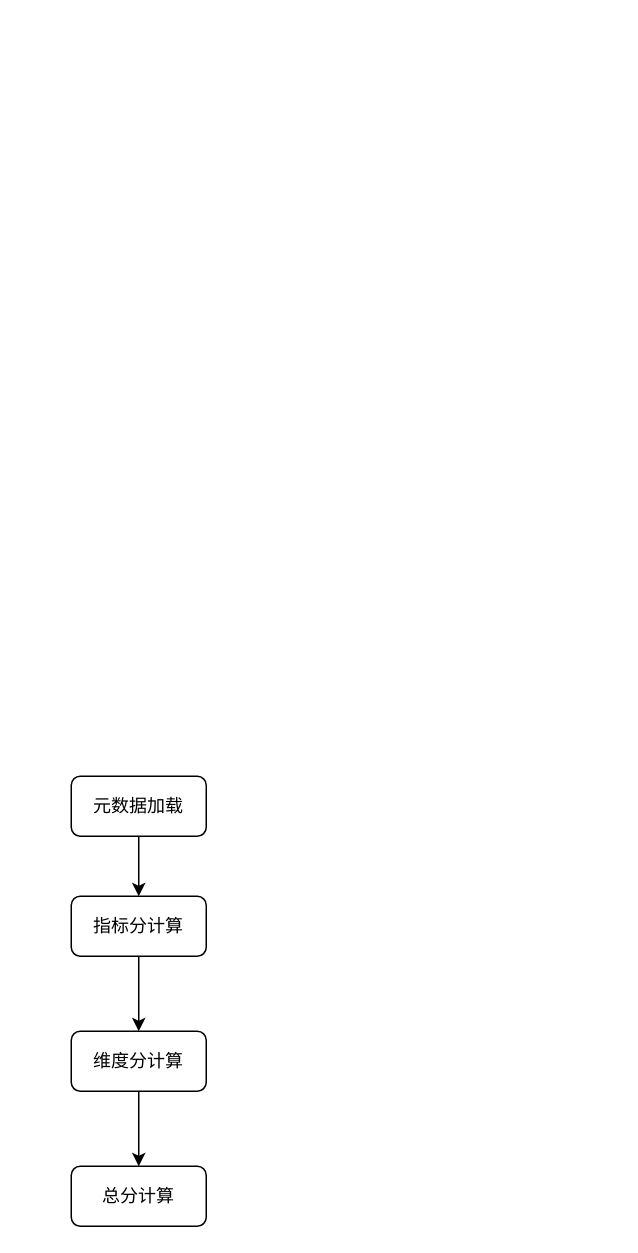
XiaoLiuAI/diagrams keeps this draw.io diagram as 友邦/总分计算.drawio. Above is the earlier version. Source tidied: cells renumbered, new cells numbered last; positions are measured from the earlier drawing's top-left corner, leaving out a move shared by most shapes. Both pictures are drawn from the tidied source at 150%, with x=0, y=0 at pixel (70, 776).
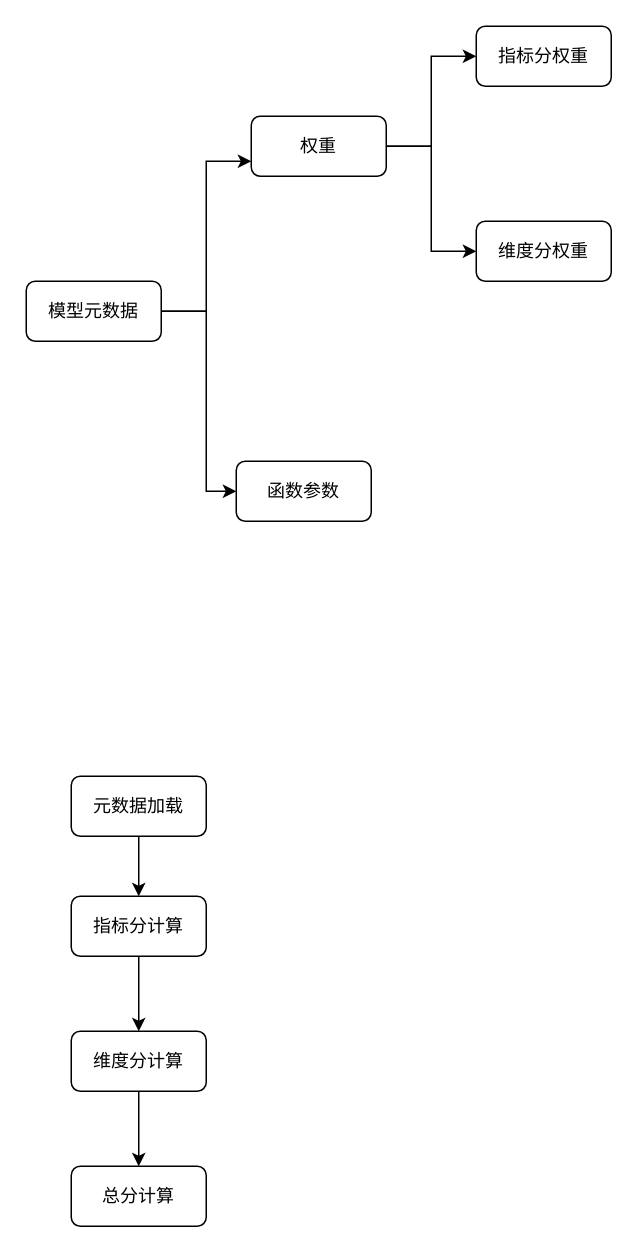
Above is the later version.

Change to the diagram source:
```diff
@@
 <mxGraphModel>
   <root>
     <mxCell id="0" />
     <mxCell id="1" parent="0" />
     <mxCell id="2" style="edgeStyle=orthogonalEdgeStyle;rounded=0;jettySize=auto;html=1;" parent="1" edge="1" source="3" target="5">
       <mxGeometry relative="1" as="geometry" />
     </mxCell>
     <mxCell id="3" value="元数据加载" style="rounded=1;whiteSpace=wrap;html=1;" parent="1" vertex="1">
       <mxGeometry width="90" height="40" as="geometry" />
     </mxCell>
     <mxCell id="4" style="edgeStyle=orthogonalEdgeStyle;rounded=0;jettySize=auto;html=1;" parent="1" edge="1" source="5" target="7">
       <mxGeometry relative="1" as="geometry" />
     </mxCell>
     <mxCell id="5" value="指标分计算" style="rounded=1;whiteSpace=wrap;html=1;" parent="1" vertex="1">
       <mxGeometry y="80" width="90" height="40" as="geometry" />
     </mxCell>
     <mxCell id="6" style="edgeStyle=orthogonalEdgeStyle;rounded=0;jettySize=auto;html=1;entryX=0.5;entryY=0;entryDx=0;entryDy=0;" parent="1" edge="1" source="7" target="8">
       <mxGeometry relative="1" as="geometry" />
     </mxCell>
     <mxCell id="7" value="维度分计算" style="rounded=1;whiteSpace=wrap;html=1;" parent="1" vertex="1">
       <mxGeometry y="170" width="90" height="40" as="geometry" />
     </mxCell>
     <mxCell id="8" value="总分计算" style="rounded=1;whiteSpace=wrap;html=1;" parent="1" vertex="1">
       <mxGeometry y="260" width="90" height="40" as="geometry" />
     </mxCell>
+    <mxCell id="9" style="edgeStyle=orthogonalEdgeStyle;rounded=0;jettySize=auto;html=1;entryX=0;entryY=0.75;entryDx=0;entryDy=0;" parent="1" edge="1" source="11" target="14">
+      <mxGeometry relative="1" as="geometry" />
+    </mxCell>
+    <mxCell id="10" style="edgeStyle=orthogonalEdgeStyle;rounded=0;jettySize=auto;html=1;" parent="1" edge="1" source="11" target="15">
+      <mxGeometry relative="1" as="geometry">
+        <Array as="points">
+          <mxPoint x="90" y="-310" />
+          <mxPoint x="90" y="-190" />
+        </Array>
+      </mxGeometry>
+    </mxCell>
+    <mxCell id="11" value="模型元数据" style="rounded=1;whiteSpace=wrap;html=1;" parent="1" vertex="1">
+      <mxGeometry x="-30" y="-330" width="90" height="40" as="geometry" />
+    </mxCell>
+    <mxCell id="12" style="edgeStyle=orthogonalEdgeStyle;rounded=0;jettySize=auto;html=1;entryX=0;entryY=0.5;entryDx=0;entryDy=0;" parent="1" edge="1" source="14" target="16">
+      <mxGeometry relative="1" as="geometry" />
+    </mxCell>
+    <mxCell id="13" style="edgeStyle=orthogonalEdgeStyle;rounded=0;jettySize=auto;html=1;entryX=0;entryY=0.5;entryDx=0;entryDy=0;" parent="1" edge="1" source="14" target="17">
+      <mxGeometry relative="1" as="geometry" />
+    </mxCell>
+    <mxCell id="14" value="权重" style="rounded=1;whiteSpace=wrap;html=1;" parent="1" vertex="1">
+      <mxGeometry x="120" y="-440" width="90" height="40" as="geometry" />
+    </mxCell>
+    <mxCell id="15" value="函数参数" style="rounded=1;whiteSpace=wrap;html=1;" parent="1" vertex="1">
+      <mxGeometry x="110" y="-210" width="90" height="40" as="geometry" />
+    </mxCell>
+    <mxCell id="16" value="指标分权重" style="rounded=1;whiteSpace=wrap;html=1;" parent="1" vertex="1">
+      <mxGeometry x="270" y="-500" width="90" height="40" as="geometry" />
+    </mxCell>
+    <mxCell id="17" value="维度分权重" style="rounded=1;whiteSpace=wrap;html=1;" parent="1" vertex="1">
+      <mxGeometry x="270" y="-370" width="90" height="40" as="geometry" />
+    </mxCell>
   </root>
 </mxGraphModel>
```
